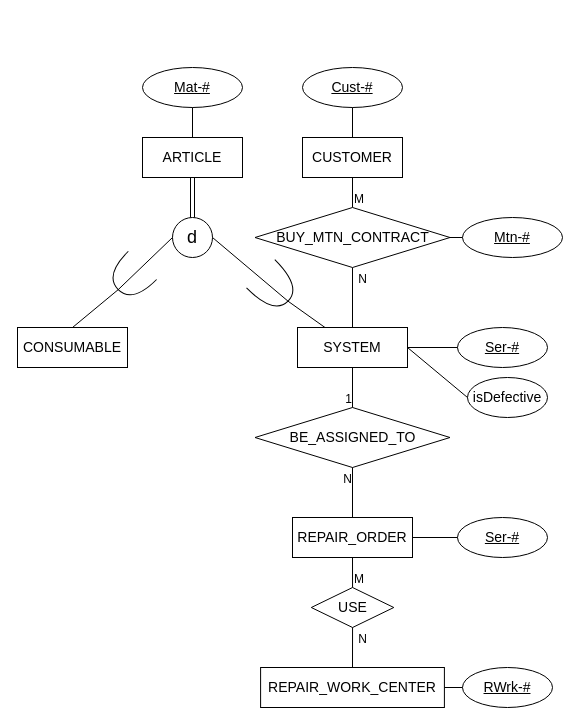
quangmnh/drawio keeps this draw.io diagram as eerdmat.drawio. Above is the earlier version. Source tidied: cells renumbered, new cells numbered last; positions are measured from the earlier drawing's top-left corner, leaving out a move shared by most shapes. Both pictures are drawn from the tidied source at 100%, with x=0, y=0 at pixel (17, 67).
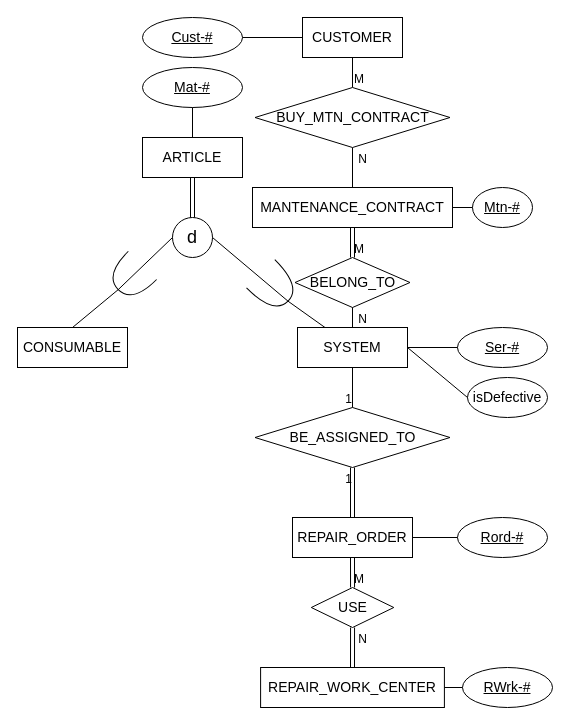
Above is the later version.

The change refers to these unchanged cells:
```xml
<mxCell id="6" value="&lt;font style=&quot;font-size: 14px&quot;&gt;SYSTEM&lt;/font&gt;" style="whiteSpace=wrap;html=1;align=center;" parent="1" vertex="1">
  <mxGeometry x="280" y="260" width="110" height="40" as="geometry" />
</mxCell>
<mxCell id="28" value="&lt;font style=&quot;font-size: 14px&quot;&gt;BE_ASSIGNED_TO&lt;/font&gt;" style="shape=rhombus;perimeter=rhombusPerimeter;whiteSpace=wrap;html=1;align=center;" parent="1" vertex="1">
  <mxGeometry x="237.5" y="340" width="195" height="60" as="geometry" />
</mxCell>
<mxCell id="31" value="&lt;font style=&quot;font-size: 14px&quot;&gt;REPAIR_ORDER&lt;/font&gt;" style="whiteSpace=wrap;html=1;align=center;" parent="1" vertex="1">
  <mxGeometry x="275" y="450" width="120" height="40" as="geometry" />
</mxCell>
<mxCell id="34" value="&lt;font style=&quot;font-size: 14px&quot;&gt;REPAIR_WORK_CENTER&lt;/font&gt;" style="whiteSpace=wrap;html=1;align=center;" parent="1" vertex="1">
  <mxGeometry x="243.1" y="600" width="183.8" height="40" as="geometry" />
</mxCell>
<mxCell id="39" value="&lt;font style=&quot;font-size: 14px&quot;&gt;USE&lt;/font&gt;" style="shape=rhombus;perimeter=rhombusPerimeter;whiteSpace=wrap;html=1;align=center;" parent="1" vertex="1">
  <mxGeometry x="293.8" y="520" width="82.5" height="40" as="geometry" />
</mxCell>
```

Change to the diagram source:
```diff
@@
-    <mxCell id="18" style="endArrow=none;html=1;rounded=0;entryX=0.5;entryY=1;entryDx=0;entryDy=0;exitX=0.5;exitY=0;exitDx=0;exitDy=0;" parent="1" edge="1" source="25" target="22">
-      <mxGeometry relative="1" as="geometry" />
-    </mxCell>
-    <mxCell id="19" value="M" style="html=1;align=left;verticalAlign=bottom;" parent="18" vertex="1">
-      <mxGeometry x="-1" relative="1" as="geometry" />
-    </mxCell>
-    <mxCell id="20" style="endArrow=none;html=1;rounded=0;entryX=0.5;entryY=1;entryDx=0;entryDy=0;exitX=0.5;exitY=0;exitDx=0;exitDy=0;" parent="1" edge="1" source="6" target="25">
-      <mxGeometry relative="1" as="geometry" />
-    </mxCell>
-    <mxCell id="21" value="N" style="html=1;align=right;verticalAlign=bottom;" parent="20" vertex="1">
-      <mxGeometry x="1" relative="1" as="geometry">
-        <mxPoint x="15" y="20" as="offset" />
-      </mxGeometry>
-    </mxCell>
-    <mxCell id="22" value="&lt;font style=&quot;font-size: 14px&quot;&gt;CUSTOMER&lt;/font&gt;" style="whiteSpace=wrap;html=1;align=center;" parent="1" vertex="1">
-      <mxGeometry x="285" y="70" width="100" height="40" as="geometry" />
-    </mxCell>
-    <mxCell id="23" value="&lt;span style=&quot;font-size: 14px&quot;&gt;Cust-#&lt;/span&gt;" style="ellipse;whiteSpace=wrap;html=1;align=center;fontStyle=4;" parent="1" vertex="1">
-      <mxGeometry x="285" width="100" height="40" as="geometry" />
-    </mxCell>
-    <mxCell id="24" style="endArrow=none;html=1;rounded=0;exitX=0.5;exitY=1;exitDx=0;exitDy=0;entryX=0.5;entryY=0;entryDx=0;entryDy=0;" parent="1" edge="1" source="23" target="22">
-      <mxGeometry relative="1" as="geometry" />
-    </mxCell>
-    <mxCell id="25" value="&lt;font style=&quot;font-size: 14px&quot;&gt;BUY_MTN_CONTRACT&lt;/font&gt;" style="shape=rhombus;perimeter=rhombusPerimeter;whiteSpace=wrap;html=1;align=center;" parent="1" vertex="1">
-      <mxGeometry x="237.5" y="140" width="195" height="60" as="geometry" />
-    </mxCell>
-    <mxCell id="26" value="&lt;span style=&quot;font-size: 14px&quot;&gt;Mtn-#&lt;/span&gt;" style="ellipse;whiteSpace=wrap;html=1;align=center;fontStyle=4;" parent="1" vertex="1">
-      <mxGeometry x="445" y="150" width="100" height="40" as="geometry" />
-    </mxCell>
-    <mxCell id="27" style="endArrow=none;html=1;rounded=0;entryX=0;entryY=0.5;entryDx=0;entryDy=0;exitX=1;exitY=0.5;exitDx=0;exitDy=0;" parent="1" edge="1" source="25" target="26">
-      <mxGeometry relative="1" as="geometry" />
-    </mxCell>
@@
-    <mxCell id="32" value="&lt;span style=&quot;font-size: 14px&quot;&gt;Ser-#&lt;/span&gt;" style="ellipse;whiteSpace=wrap;html=1;align=center;fontStyle=4;" parent="1" vertex="1">
+    <mxCell id="32" value="&lt;span style=&quot;font-size: 14px&quot;&gt;Rord-#&lt;/span&gt;" style="ellipse;whiteSpace=wrap;html=1;align=center;fontStyle=4;" parent="1" vertex="1">
       <mxGeometry x="440" y="450" width="90" height="40" as="geometry" />
     </mxCell>
@@
-    <mxCell id="37" style="endArrow=none;html=1;rounded=0;entryX=0.5;entryY=1;entryDx=0;entryDy=0;exitX=0.5;exitY=0;exitDx=0;exitDy=0;" parent="1" edge="1" source="31" target="28">
+    <mxCell id="37" style="endArrow=none;html=1;rounded=0;entryX=0.5;entryY=1;entryDx=0;entryDy=0;exitX=0.5;exitY=0;exitDx=0;exitDy=0;shape=link;" parent="1" edge="1" source="31" target="28">
       <mxGeometry relative="1" as="geometry" />
     </mxCell>
-    <mxCell id="38" value="N" style="html=1;align=right;verticalAlign=bottom;" parent="37" vertex="1">
+    <mxCell id="38" value="1" style="html=1;align=right;verticalAlign=bottom;" parent="37" vertex="1">
       <mxGeometry x="1" relative="1" as="geometry">
         <mxPoint y="20" as="offset" />
       </mxGeometry>
     </mxCell>
@@
-    <mxCell id="42" style="endArrow=none;html=1;rounded=0;entryX=0.5;entryY=1;entryDx=0;entryDy=0;exitX=0.5;exitY=0;exitDx=0;exitDy=0;" parent="1" edge="1" source="39" target="31">
+    <mxCell id="42" style="endArrow=none;html=1;rounded=0;entryX=0.5;entryY=1;entryDx=0;entryDy=0;exitX=0.5;exitY=0;exitDx=0;exitDy=0;shape=link;" parent="1" edge="1" source="39" target="31">
       <mxGeometry relative="1" as="geometry" />
     </mxCell>
@@
-    <mxCell id="44" style="endArrow=none;html=1;rounded=0;entryX=0.5;entryY=1;entryDx=0;entryDy=0;exitX=0.5;exitY=0;exitDx=0;exitDy=0;" parent="1" edge="1" source="34" target="39">
+    <mxCell id="44" style="endArrow=none;html=1;rounded=0;entryX=0.5;entryY=1;entryDx=0;entryDy=0;exitX=0.5;exitY=0;exitDx=0;exitDy=0;shape=link;" parent="1" edge="1" source="34" target="39">
       <mxGeometry relative="1" as="geometry" />
     </mxCell>
@@
+    <mxCell id="18" style="endArrow=none;html=1;rounded=0;entryX=0.5;entryY=1;entryDx=0;entryDy=0;exitX=0.5;exitY=0;exitDx=0;exitDy=0;" parent="1" edge="1" source="25" target="22">
+      <mxGeometry relative="1" as="geometry" />
+    </mxCell>
+    <mxCell id="46" value="M" style="html=1;align=left;verticalAlign=bottom;" parent="18" vertex="1">
+      <mxGeometry x="-1" relative="1" as="geometry" />
+    </mxCell>
+    <mxCell id="47" style="endArrow=none;html=1;rounded=0;entryX=0.5;entryY=1;entryDx=0;entryDy=0;exitX=0.5;exitY=0;exitDx=0;exitDy=0;" parent="1" edge="1" source="50" target="25">
+      <mxGeometry relative="1" as="geometry" />
+    </mxCell>
+    <mxCell id="48" value="N" style="html=1;align=right;verticalAlign=bottom;" parent="47" vertex="1">
+      <mxGeometry x="1" relative="1" as="geometry">
+        <mxPoint x="15" y="20" as="offset" />
+      </mxGeometry>
+    </mxCell>
+    <mxCell id="22" value="&lt;font style=&quot;font-size: 14px&quot;&gt;CUSTOMER&lt;/font&gt;" style="whiteSpace=wrap;html=1;align=center;" parent="1" vertex="1">
+      <mxGeometry x="285" y="-50" width="100" height="40" as="geometry" />
+    </mxCell>
+    <mxCell id="23" value="&lt;span style=&quot;font-size: 14px&quot;&gt;Cust-#&lt;/span&gt;" style="ellipse;whiteSpace=wrap;html=1;align=center;fontStyle=4;" parent="1" vertex="1">
+      <mxGeometry x="125" y="-50" width="100" height="40" as="geometry" />
+    </mxCell>
+    <mxCell id="24" style="endArrow=none;html=1;rounded=0;exitX=1;exitY=0.5;exitDx=0;exitDy=0;entryX=0;entryY=0.5;entryDx=0;entryDy=0;" parent="1" edge="1" source="23" target="22">
+      <mxGeometry relative="1" as="geometry" />
+    </mxCell>
+    <mxCell id="25" value="&lt;font style=&quot;font-size: 14px&quot;&gt;BUY_MTN_CONTRACT&lt;/font&gt;" style="shape=rhombus;perimeter=rhombusPerimeter;whiteSpace=wrap;html=1;align=center;" parent="1" vertex="1">
+      <mxGeometry x="237.5" y="20" width="195" height="60" as="geometry" />
+    </mxCell>
+    <mxCell id="49" value="&lt;font style=&quot;font-size: 14px&quot;&gt;BELONG_TO&lt;/font&gt;" style="shape=rhombus;perimeter=rhombusPerimeter;whiteSpace=wrap;html=1;align=center;" parent="1" vertex="1">
+      <mxGeometry x="277.5" y="190" width="115" height="50" as="geometry" />
+    </mxCell>
+    <mxCell id="50" value="&lt;font style=&quot;font-size: 14px&quot;&gt;MANTENANCE_CONTRACT&lt;/font&gt;" style="whiteSpace=wrap;html=1;align=center;" parent="1" vertex="1">
+      <mxGeometry x="235" y="120" width="200" height="40" as="geometry" />
+    </mxCell>
+    <mxCell id="51" style="endArrow=none;html=1;rounded=0;entryX=0.5;entryY=1;entryDx=0;entryDy=0;exitX=0.5;exitY=0;exitDx=0;exitDy=0;shape=link;" parent="1" edge="1" source="49" target="50">
+      <mxGeometry relative="1" as="geometry" />
+    </mxCell>
+    <mxCell id="52" value="M" style="html=1;align=left;verticalAlign=bottom;" parent="51" vertex="1">
+      <mxGeometry x="-1" relative="1" as="geometry" />
+    </mxCell>
+    <mxCell id="53" style="endArrow=none;html=1;rounded=0;entryX=0.5;entryY=1;entryDx=0;entryDy=0;exitX=0.5;exitY=0;exitDx=0;exitDy=0;" parent="1" edge="1" source="6" target="49">
+      <mxGeometry relative="1" as="geometry" />
+    </mxCell>
+    <mxCell id="54" value="N" style="html=1;align=right;verticalAlign=bottom;" parent="53" vertex="1">
+      <mxGeometry x="1" relative="1" as="geometry">
+        <mxPoint x="15" y="20" as="offset" />
+      </mxGeometry>
+    </mxCell>
+    <mxCell id="26" value="&lt;span style=&quot;font-size: 14px&quot;&gt;Mtn-#&lt;/span&gt;" style="ellipse;whiteSpace=wrap;html=1;align=center;fontStyle=4;" parent="1" vertex="1">
+      <mxGeometry x="455" y="120" width="60" height="40" as="geometry" />
+    </mxCell>
+    <mxCell id="55" style="endArrow=none;html=1;rounded=0;exitX=0;exitY=0.5;exitDx=0;exitDy=0;entryX=1;entryY=0.5;entryDx=0;entryDy=0;" parent="1" edge="1" source="26" target="50">
+      <mxGeometry relative="1" as="geometry" />
+    </mxCell>
```
